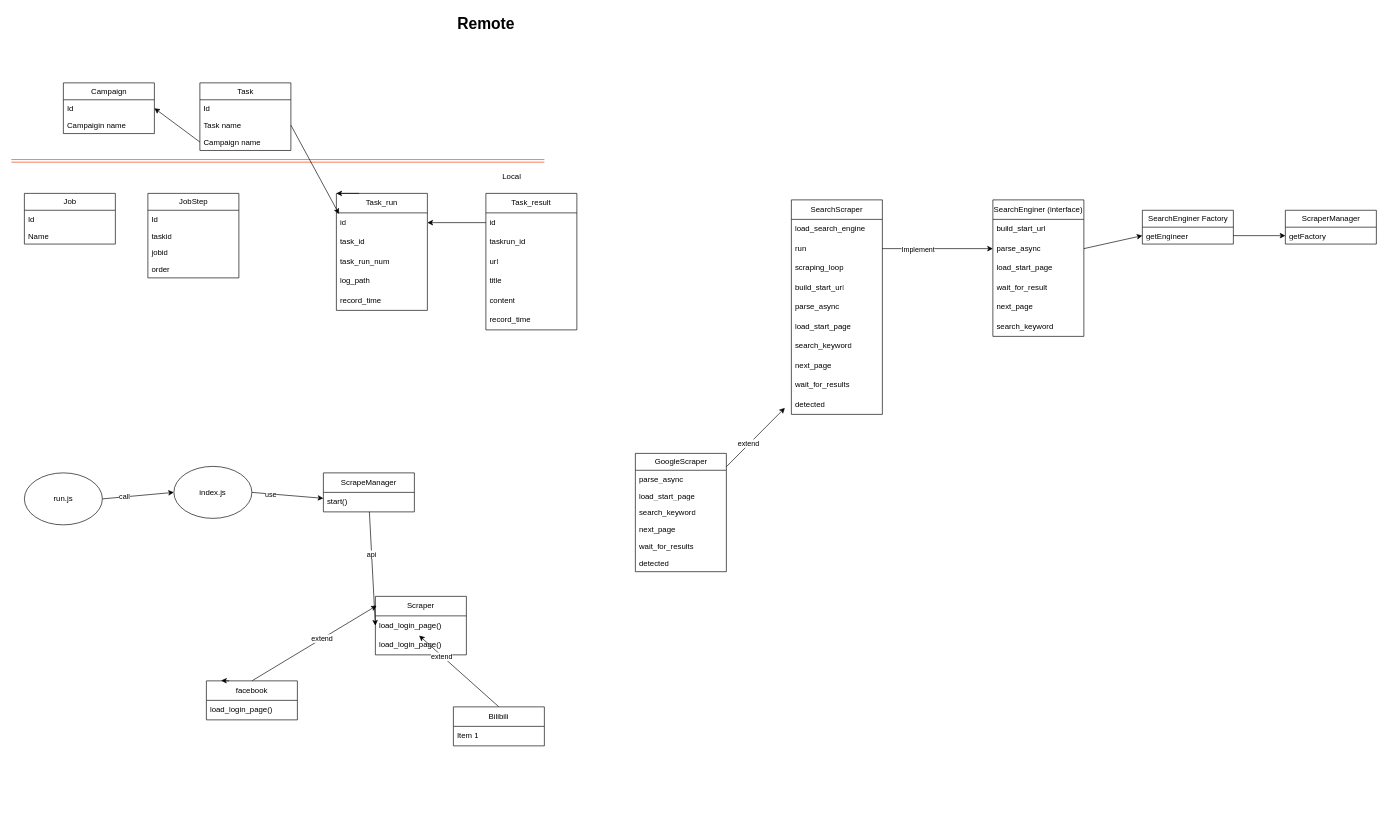
The draw.io diagram doc/class.drawio in robertzengcn/social-marketing, before the edit. Source tidied: cells renumbered, new cells numbered last; positions are measured from the earlier drawing's top-left corner, leaving out a move shared by most shapes. Both pictures are drawn from the tidied source at 65%, with x=0, y=0 at pixel (11, 11).
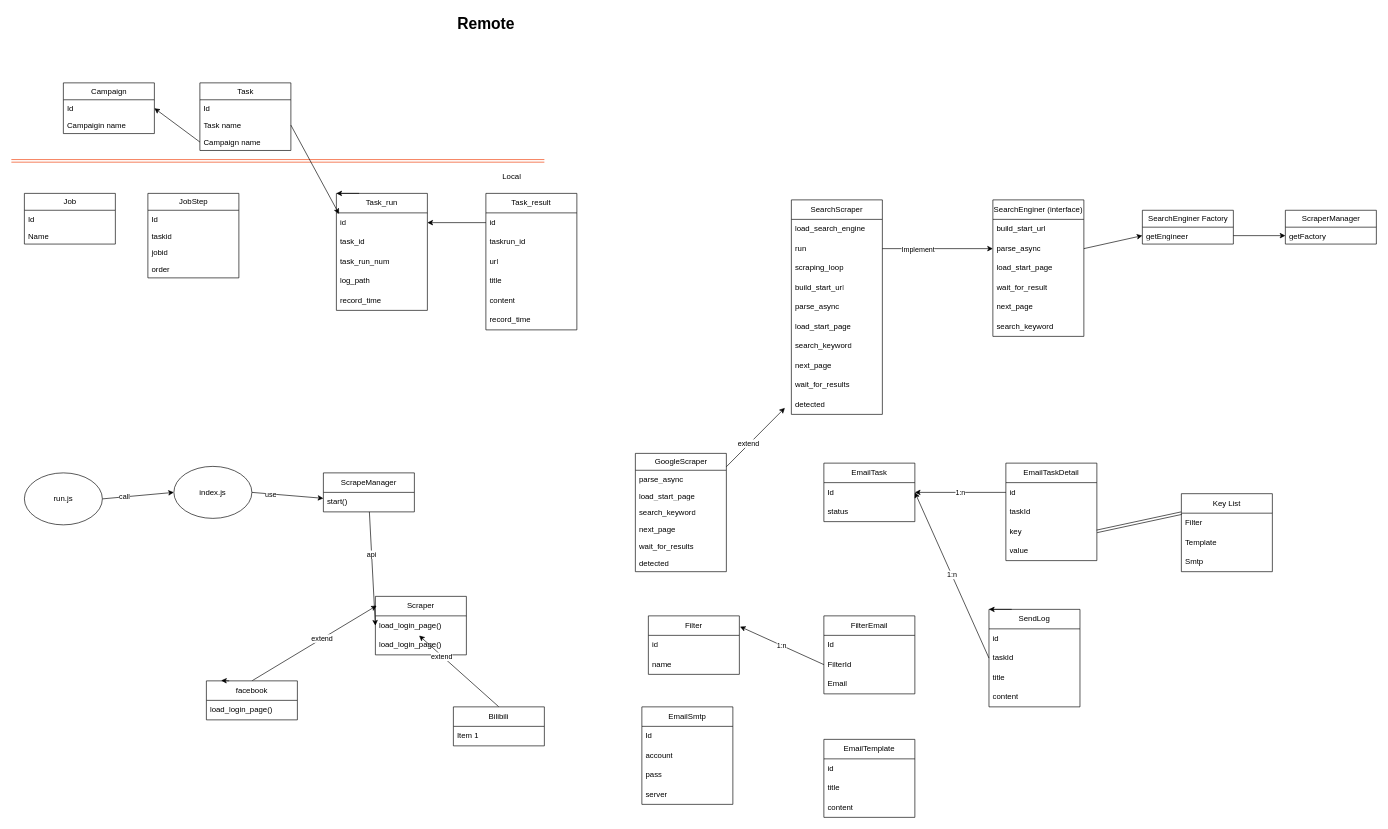
Above is the later version.

Commit message (it also covers changes not shown here):
add email marketing function

Diff of the diagram source:
```diff
@@
+    <mxCell id="94" value="EmailSmtp" style="swimlane;fontStyle=0;horizontal=1;startSize=30;whiteSpace=wrap;html=1;" parent="1" vertex="1">
+      <mxGeometry x="970" y="1070" width="140" height="150" as="geometry" />
+    </mxCell>
+    <mxCell id="95" value="Id" style="text;strokeColor=none;fillColor=none;align=left;verticalAlign=middle;spacingLeft=4;spacingRight=4;overflow=hidden;whiteSpace=wrap;html=1;" parent="94" vertex="1">
+      <mxGeometry y="30" width="140" height="30" as="geometry" />
+    </mxCell>
+    <mxCell id="96" value="account" style="text;strokeColor=none;fillColor=none;align=left;verticalAlign=middle;spacingLeft=4;spacingRight=4;overflow=hidden;whiteSpace=wrap;html=1;" parent="94" vertex="1">
+      <mxGeometry y="60" width="140" height="30" as="geometry" />
+    </mxCell>
+    <mxCell id="97" value="pass" style="text;strokeColor=none;fillColor=none;align=left;verticalAlign=middle;spacingLeft=4;spacingRight=4;overflow=hidden;whiteSpace=wrap;html=1;" parent="94" vertex="1">
+      <mxGeometry y="90" width="140" height="30" as="geometry" />
+    </mxCell>
+    <mxCell id="98" value="server" style="text;strokeColor=none;fillColor=none;align=left;verticalAlign=middle;spacingLeft=4;spacingRight=4;overflow=hidden;whiteSpace=wrap;html=1;" parent="94" vertex="1">
+      <mxGeometry y="120" width="140" height="30" as="geometry" />
+    </mxCell>
+    <mxCell id="99" value="EmailTemplate" style="swimlane;fontStyle=0;horizontal=1;startSize=30;whiteSpace=wrap;html=1;" parent="1" vertex="1">
+      <mxGeometry x="1250" y="1120" width="140" height="120" as="geometry" />
+    </mxCell>
+    <mxCell id="100" value="id" style="text;strokeColor=none;fillColor=none;align=left;verticalAlign=middle;spacingLeft=4;spacingRight=4;overflow=hidden;whiteSpace=wrap;html=1;" parent="99" vertex="1">
+      <mxGeometry y="30" width="140" height="30" as="geometry" />
+    </mxCell>
+    <mxCell id="101" value="title" style="text;strokeColor=none;fillColor=none;align=left;verticalAlign=middle;spacingLeft=4;spacingRight=4;overflow=hidden;whiteSpace=wrap;html=1;" parent="99" vertex="1">
+      <mxGeometry y="60" width="140" height="30" as="geometry" />
+    </mxCell>
+    <mxCell id="102" value="content" style="text;strokeColor=none;fillColor=none;align=left;verticalAlign=middle;spacingLeft=4;spacingRight=4;overflow=hidden;whiteSpace=wrap;html=1;" parent="99" vertex="1">
+      <mxGeometry y="90" width="140" height="30" as="geometry" />
+    </mxCell>
+    <mxCell id="103" value="Filter" style="swimlane;fontStyle=0;horizontal=1;startSize=30;whiteSpace=wrap;html=1;" parent="1" vertex="1">
+      <mxGeometry x="980" y="930" width="140" height="90" as="geometry" />
+    </mxCell>
+    <mxCell id="104" value="id" style="text;strokeColor=none;fillColor=none;align=left;verticalAlign=middle;spacingLeft=4;spacingRight=4;overflow=hidden;whiteSpace=wrap;html=1;" parent="103" vertex="1">
+      <mxGeometry y="30" width="140" height="30" as="geometry" />
+    </mxCell>
+    <mxCell id="105" value="name" style="text;strokeColor=none;fillColor=none;align=left;verticalAlign=middle;spacingLeft=4;spacingRight=4;overflow=hidden;whiteSpace=wrap;html=1;" parent="103" vertex="1">
+      <mxGeometry y="60" width="140" height="30" as="geometry" />
+    </mxCell>
+    <mxCell id="106" value="FilterEmail" style="swimlane;fontStyle=0;horizontal=1;startSize=30;whiteSpace=wrap;html=1;" parent="1" vertex="1">
+      <mxGeometry x="1250" y="930" width="140" height="120" as="geometry" />
+    </mxCell>
+    <mxCell id="107" value="Id" style="text;strokeColor=none;fillColor=none;align=left;verticalAlign=middle;spacingLeft=4;spacingRight=4;overflow=hidden;whiteSpace=wrap;html=1;" parent="106" vertex="1">
+      <mxGeometry y="30" width="140" height="30" as="geometry" />
+    </mxCell>
+    <mxCell id="108" value="FilterId" style="text;strokeColor=none;fillColor=none;align=left;verticalAlign=middle;spacingLeft=4;spacingRight=4;overflow=hidden;points=[[0,0.5],[1,0.5]];portConstraint=eastwest;whiteSpace=wrap;html=1;" parent="106" vertex="1">
+      <mxGeometry y="60" width="140" height="30" as="geometry" />
+    </mxCell>
+    <mxCell id="109" value="Email" style="text;strokeColor=none;fillColor=none;align=left;verticalAlign=middle;spacingLeft=4;spacingRight=4;overflow=hidden;whiteSpace=wrap;html=1;" parent="106" vertex="1">
+      <mxGeometry y="90" width="140" height="30" as="geometry" />
+    </mxCell>
+    <mxCell id="110" value="1:n" style="edgeStyle=none;html=1;exitX=0;exitY=0.5;exitDx=0;exitDy=0;entryX=1.007;entryY=0.183;entryDx=0;entryDy=0;entryPerimeter=0;" parent="1" edge="1" source="108" target="103">
+      <mxGeometry relative="1" as="geometry" />
+    </mxCell>
+    <mxCell id="111" value="EmailTask" style="swimlane;fontStyle=0;horizontal=1;startSize=30;whiteSpace=wrap;html=1;" parent="1" vertex="1">
+      <mxGeometry x="1250" y="695" width="140" height="90" as="geometry" />
+    </mxCell>
+    <mxCell id="112" value="Id" style="text;strokeColor=none;fillColor=none;align=left;verticalAlign=middle;spacingLeft=4;spacingRight=4;overflow=hidden;points=[[0,0.5],[1,0.5]];portConstraint=eastwest;whiteSpace=wrap;html=1;" parent="111" vertex="1">
+      <mxGeometry y="30" width="140" height="30" as="geometry" />
+    </mxCell>
+    <mxCell id="113" value="status" style="text;strokeColor=none;fillColor=none;align=left;verticalAlign=middle;spacingLeft=4;spacingRight=4;overflow=hidden;whiteSpace=wrap;html=1;" parent="111" vertex="1">
+      <mxGeometry y="60" width="140" height="30" as="geometry" />
+    </mxCell>
+    <mxCell id="114" value="EmailTaskDetail" style="swimlane;fontStyle=0;horizontal=1;startSize=30;whiteSpace=wrap;html=1;" parent="1" vertex="1">
+      <mxGeometry x="1530" y="695" width="140" height="150" as="geometry" />
+    </mxCell>
+    <mxCell id="115" value="id" style="text;strokeColor=none;fillColor=none;align=left;verticalAlign=middle;spacingLeft=4;spacingRight=4;overflow=hidden;points=[[0,0.5],[1,0.5]];portConstraint=eastwest;whiteSpace=wrap;html=1;" parent="114" vertex="1">
+      <mxGeometry y="30" width="140" height="30" as="geometry" />
+    </mxCell>
+    <mxCell id="116" value="taskId" style="text;strokeColor=none;fillColor=none;align=left;verticalAlign=middle;spacingLeft=4;spacingRight=4;overflow=hidden;whiteSpace=wrap;html=1;" parent="114" vertex="1">
+      <mxGeometry y="60" width="140" height="30" as="geometry" />
+    </mxCell>
+    <mxCell id="117" value="key" style="text;strokeColor=none;fillColor=none;align=left;verticalAlign=middle;spacingLeft=4;spacingRight=4;overflow=hidden;points=[[0,0.5],[1,0.5]];portConstraint=eastwest;whiteSpace=wrap;html=1;" parent="114" vertex="1">
+      <mxGeometry y="90" width="140" height="30" as="geometry" />
+    </mxCell>
+    <mxCell id="118" value="value" style="text;strokeColor=none;fillColor=none;align=left;verticalAlign=middle;spacingLeft=4;spacingRight=4;overflow=hidden;whiteSpace=wrap;html=1;" parent="114" vertex="1">
+      <mxGeometry y="120" width="140" height="30" as="geometry" />
+    </mxCell>
+    <mxCell id="119" value="1:n" style="edgeStyle=none;html=1;exitX=0;exitY=0.5;exitDx=0;exitDy=0;entryX=1;entryY=0.5;entryDx=0;entryDy=0;" parent="1" edge="1" source="115" target="112">
+      <mxGeometry relative="1" as="geometry" />
+    </mxCell>
+    <mxCell id="120" value="SendLog" style="swimlane;fontStyle=0;horizontal=1;startSize=30;whiteSpace=wrap;html=1;" parent="1" vertex="1">
+      <mxGeometry x="1504" y="920" width="140" height="150" as="geometry" />
+    </mxCell>
+    <mxCell id="121" value="id" style="text;strokeColor=none;fillColor=none;align=left;verticalAlign=middle;spacingLeft=4;spacingRight=4;overflow=hidden;whiteSpace=wrap;html=1;" parent="120" vertex="1">
+      <mxGeometry y="30" width="140" height="30" as="geometry" />
+    </mxCell>
+    <mxCell id="122" value="taskId" style="text;strokeColor=none;fillColor=none;align=left;verticalAlign=middle;spacingLeft=4;spacingRight=4;overflow=hidden;points=[[0,0.5],[1,0.5]];portConstraint=eastwest;whiteSpace=wrap;html=1;" parent="120" vertex="1">
+      <mxGeometry y="60" width="140" height="30" as="geometry" />
+    </mxCell>
+    <mxCell id="123" value="title" style="text;strokeColor=none;fillColor=none;align=left;verticalAlign=middle;spacingLeft=4;spacingRight=4;overflow=hidden;whiteSpace=wrap;html=1;" parent="120" vertex="1">
+      <mxGeometry y="90" width="140" height="30" as="geometry" />
+    </mxCell>
+    <mxCell id="124" value="content" style="text;strokeColor=none;fillColor=none;align=left;verticalAlign=middle;spacingLeft=4;spacingRight=4;overflow=hidden;whiteSpace=wrap;html=1;" parent="120" vertex="1">
+      <mxGeometry y="120" width="140" height="30" as="geometry" />
+    </mxCell>
+    <mxCell id="125" style="edgeStyle=none;html=1;exitX=0.25;exitY=0;exitDx=0;exitDy=0;entryX=0;entryY=0;entryDx=0;entryDy=0;" parent="1" edge="1" source="120" target="120">
+      <mxGeometry relative="1" as="geometry" />
+    </mxCell>
+    <mxCell id="126" value="1:n" style="edgeStyle=none;html=1;exitX=0;exitY=0.5;exitDx=0;exitDy=0;entryX=1;entryY=0.5;entryDx=0;entryDy=0;" parent="1" edge="1" source="122" target="112">
+      <mxGeometry relative="1" as="geometry" />
+    </mxCell>
+    <mxCell id="127" value="Key List" style="swimlane;fontStyle=0;horizontal=1;startSize=30;whiteSpace=wrap;html=1;" parent="1" vertex="1">
+      <mxGeometry x="1800" y="742" width="140" height="120" as="geometry" />
+    </mxCell>
+    <mxCell id="128" value="Filter" style="text;strokeColor=none;fillColor=none;align=left;verticalAlign=middle;spacingLeft=4;spacingRight=4;overflow=hidden;whiteSpace=wrap;html=1;" parent="127" vertex="1">
+      <mxGeometry y="30" width="140" height="30" as="geometry" />
+    </mxCell>
+    <mxCell id="129" value="Template" style="text;strokeColor=none;fillColor=none;align=left;verticalAlign=middle;spacingLeft=4;spacingRight=4;overflow=hidden;whiteSpace=wrap;html=1;" parent="127" vertex="1">
+      <mxGeometry y="60" width="140" height="30" as="geometry" />
+    </mxCell>
+    <mxCell id="130" value="Smtp" style="text;strokeColor=none;fillColor=none;align=left;verticalAlign=middle;spacingLeft=4;spacingRight=4;overflow=hidden;whiteSpace=wrap;html=1;" parent="127" vertex="1">
+      <mxGeometry y="90" width="140" height="30" as="geometry" />
+    </mxCell>
+    <mxCell id="131" style="edgeStyle=none;html=1;exitX=1;exitY=0.5;exitDx=0;exitDy=0;entryX=0;entryY=0.25;entryDx=0;entryDy=0;shape=link;" parent="1" edge="1" source="117" target="127">
+      <mxGeometry relative="1" as="geometry" />
+    </mxCell>
```
